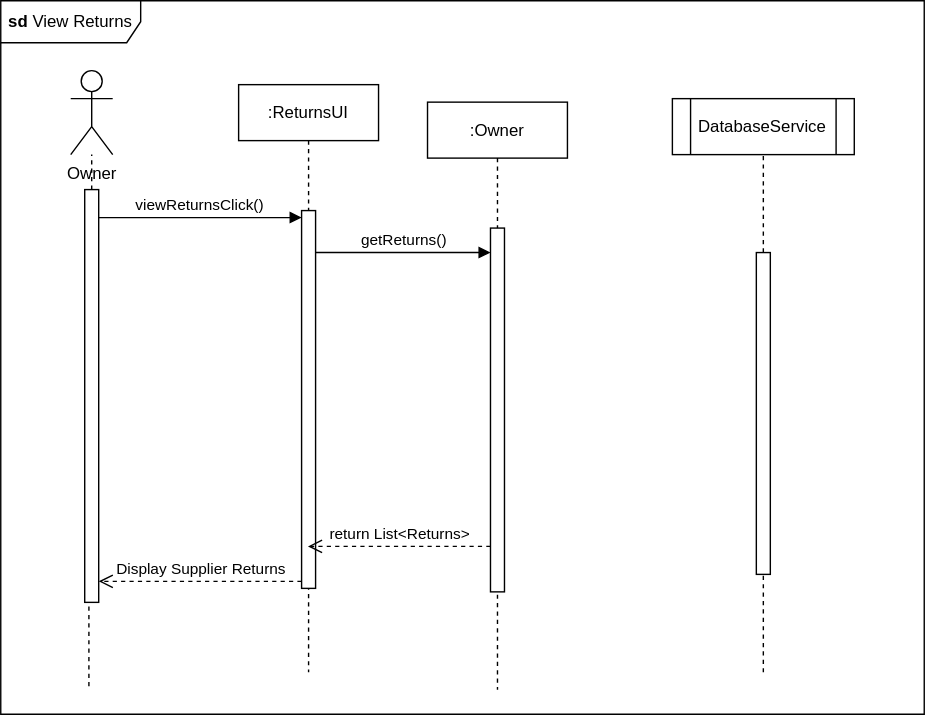
Simamkele88/IFM3_GP keeps this draw.io diagram as View returns ISD.svg. Above is the earlier version. Source tidied: cells renumbered, new cells last; positions are measured from the earlier drawing's top-left corner, leaving out a move shared by most shapes.
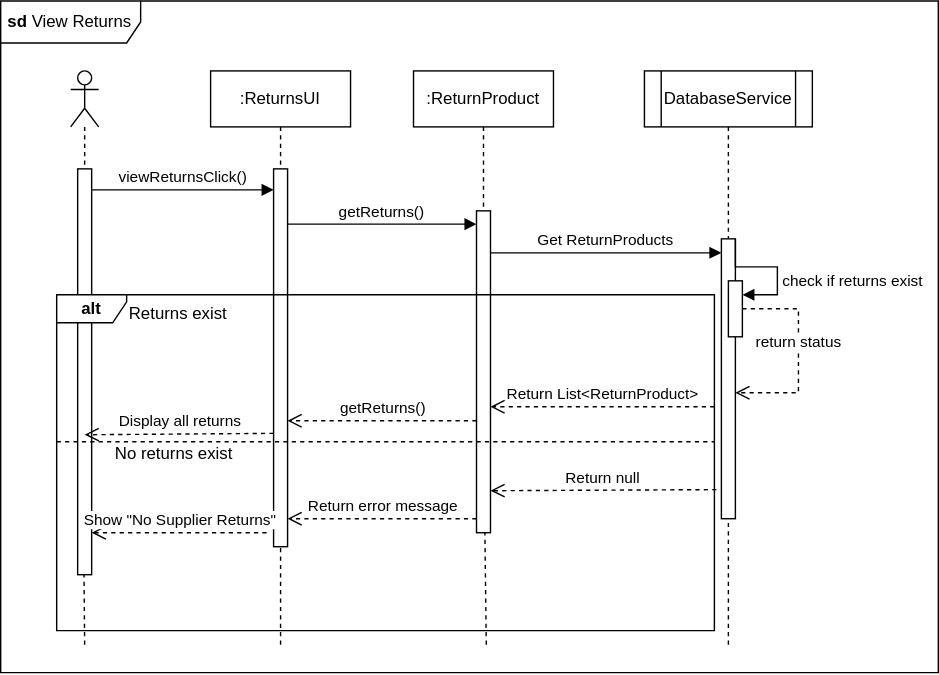
Above is the later version.

Change to the diagram source:
```diff
@@ -3,64 +3,144 @@
     <mxCell id="0" />
     <mxCell id="1" parent="0" />
     <mxCell id="2" value="&lt;b&gt;sd&lt;/b&gt; View Returns" style="shape=umlFrame;whiteSpace=wrap;html=1;width=100;height=30;" parent="1" vertex="1">
-      <mxGeometry width="660" height="510" as="geometry" />
+      <mxGeometry width="670" height="480" as="geometry" />
     </mxCell>
-    <mxCell id="3" value="Owner" style="shape=umlActor;verticalLabelPosition=bottom;verticalAlign=top;html=1;outlineConnect=0;" parent="2" vertex="1">
-      <mxGeometry x="50" y="50" width="30" height="60" as="geometry" />
-    </mxCell>
-    <mxCell id="4" style="endArrow=none;dashed=1;html=1;rounded=0;" parent="2" edge="1" source="8" target="3">
-      <mxGeometry relative="1" as="geometry" />
-    </mxCell>
+    <mxCell id="19" style="shape=umlLifeline;perimeter=lifelinePerimeter;whiteSpace=wrap;html=1;newEdgeStyle={&quot;curved&quot;:0,&quot;rounded&quot;:0};participant=umlActor;" parent="1" vertex="1">
+      <mxGeometry x="50" y="50" width="20" height="80" as="geometry" />
+    </mxCell>
-    <mxCell id="5" value=":ReturnsUI" style="shape=umlLifeline;perimeter=lifelinePerimeter;whiteSpace=wrap;html=1;newEdgeStyle={&quot;edgeStyle&quot;:&quot;elbowEdgeStyle&quot;,&quot;elbow&quot;:&quot;vertical&quot;,&quot;curved&quot;:0,&quot;rounded&quot;:0};" parent="2" vertex="1">
-      <mxGeometry x="170" y="60" width="100" height="420" as="geometry" />
+    <mxCell id="5" value=":ReturnsUI" style="shape=umlLifeline;perimeter=lifelinePerimeter;whiteSpace=wrap;html=1;newEdgeStyle={&quot;curved&quot;:0,&quot;rounded&quot;:0};" parent="1" vertex="1">
+      <mxGeometry x="150" y="50" width="100" height="340" as="geometry" />
     </mxCell>
-    <mxCell id="6" style="html=1;points=[[0,0,0,0,5],[0,1,0,0,-5],[1,0,0,0,5],[1,1,0,0,-5]];perimeter=orthogonalPerimeter;outlineConnect=0;targetShapes=umlLifeline;portConstraint=eastwest;newEdgeStyle={&quot;curved&quot;:0,&quot;rounded&quot;:0};" parent="5" vertex="1">
-      <mxGeometry x="45" y="90" width="10" height="270" as="geometry" />
-    </mxCell>
-    <mxCell id="7" style="endArrow=none;dashed=1;html=1;rounded=0;" parent="2" edge="1" target="8">
-      <mxGeometry relative="1" as="geometry">
-        <mxPoint x="63" y="490" as="sourcePoint" />
-      </mxGeometry>
-    </mxCell>
-    <mxCell id="8" style="html=1;points=[[0,0,0,0,5],[0,1,0,0,-5],[1,0,0,0,5],[1,1,0,0,-5]];perimeter=orthogonalPerimeter;outlineConnect=0;targetShapes=umlLifeline;portConstraint=eastwest;newEdgeStyle={&quot;curved&quot;:0,&quot;rounded&quot;:0};" parent="2" vertex="1">
-      <mxGeometry x="60" y="135" width="10" height="295" as="geometry" />
-    </mxCell>
+    <mxCell id="20" style="html=1;points=[[0,0,0,0,5],[0,1,0,0,-5],[1,0,0,0,5],[1,1,0,0,-5]];perimeter=orthogonalPerimeter;outlineConnect=0;targetShapes=umlLifeline;portConstraint=eastwest;newEdgeStyle={&quot;curved&quot;:0,&quot;rounded&quot;:0};" parent="5" vertex="1">
+      <mxGeometry x="45" y="70" width="10" height="270" as="geometry" />
+    </mxCell>
+    <mxCell id="21" style="html=1;points=[[0,0,0,0,5],[0,1,0,0,-5],[1,0,0,0,5],[1,1,0,0,-5]];perimeter=orthogonalPerimeter;outlineConnect=0;targetShapes=umlLifeline;portConstraint=eastwest;newEdgeStyle={&quot;curved&quot;:0,&quot;rounded&quot;:0};" parent="1" vertex="1">
+      <mxGeometry x="55" y="120" width="10" height="290" as="geometry" />
+    </mxCell>
-    <mxCell id="9" value="viewReturnsClick()" style="html=1;verticalAlign=bottom;endArrow=block;curved=0;rounded=0;entryX=0;entryY=0;entryDx=0;entryDy=5;" parent="2" edge="1" source="8" target="6">
-      <mxGeometry relative="1" as="geometry" />
+    <mxCell id="9" value="viewReturnsClick()" style="html=1;verticalAlign=bottom;endArrow=block;curved=0;rounded=0;" parent="1" edge="1" source="21" target="20">
+      <mxGeometry relative="1" as="geometry">
+        <Array as="points">
+          <mxPoint x="130" y="135" />
+        </Array>
+      </mxGeometry>
     </mxCell>
-    <mxCell id="10" value="Display Supplier Returns" style="html=1;verticalAlign=bottom;endArrow=open;dashed=1;endSize=8;curved=0;rounded=0;exitX=0;exitY=1;exitDx=0;exitDy=-5;" parent="2" edge="1" source="6" target="8">
-      <mxGeometry relative="1" as="geometry" />
-    </mxCell>
-    <mxCell id="11" value=":Owner" style="shape=umlLifeline;perimeter=lifelinePerimeter;whiteSpace=wrap;html=1;newEdgeStyle={&quot;edgeStyle&quot;:&quot;elbowEdgeStyle&quot;,&quot;elbow&quot;:&quot;vertical&quot;,&quot;curved&quot;:0,&quot;rounded&quot;:0};" parent="2" vertex="1">
-      <mxGeometry x="305" y="72.5" width="100" height="420" as="geometry" />
-    </mxCell>
-    <mxCell id="12" style="html=1;perimeter=orthogonalPerimeter;targetShapes=umlLifeline;newEdgeStyle={&quot;curved&quot;:0,&quot;rounded&quot;:0};" parent="11" vertex="1">
-      <mxGeometry x="45" y="90" width="10" height="260" as="geometry" />
-    </mxCell>
+    <mxCell id="22" value=":ReturnProduct" style="shape=umlLifeline;perimeter=lifelinePerimeter;whiteSpace=wrap;html=1;newEdgeStyle={&quot;curved&quot;:0,&quot;rounded&quot;:0};" parent="1" vertex="1">
+      <mxGeometry x="295" y="50" width="100" height="100" as="geometry" />
+    </mxCell>
+    <mxCell id="23" style="html=1;perimeter=orthogonalPerimeter;targetShapes=umlLifeline;newEdgeStyle={&quot;curved&quot;:0,&quot;rounded&quot;:0};" parent="1" vertex="1">
+      <mxGeometry x="340" y="150" width="10" height="230" as="geometry" />
+    </mxCell>
-    <mxCell id="13" value="getReturns()" style="html=1;verticalAlign=bottom;endArrow=block;curved=0;rounded=0;" parent="2" edge="1" source="6">
+    <mxCell id="13" value="getReturns()" style="html=1;verticalAlign=bottom;endArrow=block;curved=0;rounded=0;" parent="1" edge="1">
       <mxGeometry relative="1" as="geometry">
-        <mxPoint x="350" y="180" as="targetPoint" />
+        <mxPoint x="205" y="159.5" as="sourcePoint" />
+        <mxPoint x="340" y="159.5" as="targetPoint" />
+        <Array as="points">
+          <mxPoint x="275" y="159.5" />
+        </Array>
       </mxGeometry>
     </mxCell>
-    <mxCell id="14" value="DatabaseService" style="shape=process;whiteSpace=wrap;html=1;backgroundOutline=1;" parent="2" vertex="1">
-      <mxGeometry x="480" y="70" width="130" height="40" as="geometry" />
+    <mxCell id="14" value="DatabaseService" style="shape=process;whiteSpace=wrap;html=1;backgroundOutline=1;" parent="1" vertex="1">
+      <mxGeometry x="460" y="50" width="120" height="40" as="geometry" />
     </mxCell>
-    <mxCell id="15" style="endArrow=none;dashed=1;html=1;rounded=0;entryX=0.5;entryY=1;entryDx=0;entryDy=0;" parent="2" edge="1" source="18" target="14">
-      <mxGeometry relative="1" as="geometry" />
-    </mxCell>
-    <mxCell id="16" value="return List&amp;lt;Returns&amp;gt;" style="html=1;verticalAlign=bottom;endArrow=open;dashed=1;endSize=8;curved=0;rounded=0;" parent="2" edge="1">
-      <mxGeometry relative="1" as="geometry">
-        <mxPoint x="350" y="390" as="sourcePoint" />
-        <mxPoint x="219.5" y="390" as="targetPoint" />
-      </mxGeometry>
-    </mxCell>
-    <mxCell id="17" style="endArrow=none;dashed=1;html=1;rounded=0;entryX=0.5;entryY=1;entryDx=0;entryDy=0;" parent="2" edge="1" target="18">
-      <mxGeometry relative="1" as="geometry">
-        <mxPoint x="545" y="480" as="sourcePoint" />
-      </mxGeometry>
-    </mxCell>
-    <mxCell id="18" style="html=1;points=[[0,0,0,0,5],[0,1,0,0,-5],[1,0,0,0,5],[1,1,0,0,-5]];perimeter=orthogonalPerimeter;outlineConnect=0;targetShapes=umlLifeline;portConstraint=eastwest;newEdgeStyle={&quot;curved&quot;:0,&quot;rounded&quot;:0};" parent="2" vertex="1">
-      <mxGeometry x="540" y="180" width="10" height="230" as="geometry" />
-    </mxCell>
+    <mxCell id="24" style="html=1;points=[[0,0,0,0,5],[0,1,0,0,-5],[1,0,0,0,5],[1,1,0,0,-5]];perimeter=orthogonalPerimeter;outlineConnect=0;targetShapes=umlLifeline;portConstraint=eastwest;newEdgeStyle={&quot;curved&quot;:0,&quot;rounded&quot;:0};" parent="1" vertex="1">
+      <mxGeometry x="515" y="170" width="10" height="200" as="geometry" />
+    </mxCell>
+    <mxCell id="25" style="html=1;verticalAlign=bottom;endArrow=none;dashed=1;endSize=8;curved=0;rounded=0;startFill=0;exitX=0.5;exitY=1;exitDx=0;exitDy=0;" parent="1" edge="1" source="14" target="24">
+      <mxGeometry relative="1" as="geometry" />
+    </mxCell>
+    <mxCell id="26" value="Get ReturnProducts" style="html=1;verticalAlign=bottom;endArrow=block;curved=0;rounded=0;" parent="1" edge="1" target="24">
+      <mxGeometry relative="1" as="geometry">
+        <mxPoint x="350" y="180" as="sourcePoint" />
+      </mxGeometry>
+    </mxCell>
+    <mxCell id="27" style="html=1;points=[[0,0,0,0,5],[0,1,0,0,-5],[1,0,0,0,5],[1,1,0,0,-5]];perimeter=orthogonalPerimeter;outlineConnect=0;targetShapes=umlLifeline;portConstraint=eastwest;newEdgeStyle={&quot;curved&quot;:0,&quot;rounded&quot;:0};" parent="1" vertex="1">
+      <mxGeometry x="520" y="200" width="10" height="40" as="geometry" />
+    </mxCell>
+    <mxCell id="28" value="check if returns exist" style="html=1;align=left;spacingLeft=2;endArrow=block;rounded=0;edgeStyle=orthogonalEdgeStyle;curved=0;rounded=0;" parent="1" edge="1" target="27">
+      <mxGeometry x="0.26" relative="1" as="geometry">
+        <mxPoint x="525" y="170" as="sourcePoint" />
+        <Array as="points">
+          <mxPoint x="525" y="190" />
+          <mxPoint x="555" y="190" />
+          <mxPoint x="555" y="210" />
+        </Array>
+      </mxGeometry>
+    </mxCell>
+    <mxCell id="29" value="&lt;b&gt;alt&lt;/b&gt;" style="shape=umlFrame;whiteSpace=wrap;html=1;width=50;height=20;" parent="1" vertex="1">
+      <mxGeometry x="40" y="210" width="470" height="240" as="geometry" />
+    </mxCell>
+    <mxCell id="30" value="Returns exist" style="text;html=1;" parent="29" vertex="1">
+      <mxGeometry width="100" height="20" relative="1" as="geometry">
+        <mxPoint x="50" as="offset" />
+      </mxGeometry>
+    </mxCell>
+    <mxCell id="31" style="line;strokeWidth=1;dashed=1;labelPosition=center;verticalLabelPosition=bottom;align=left;verticalAlign=top;spacingLeft=20;spacingTop=15;html=1;whiteSpace=wrap;" parent="29" vertex="1">
+      <mxGeometry y="100" width="470" height="10" as="geometry" />
+    </mxCell>
+    <mxCell id="32" value="No returns exist" style="text;html=1;" parent="29" vertex="1">
+      <mxGeometry x="40" y="100" width="100" height="20" as="geometry" />
+    </mxCell>
+    <mxCell id="33" value="Return List&amp;lt;ReturnProduct&amp;gt;" style="html=1;verticalAlign=bottom;endArrow=open;dashed=1;endSize=8;curved=0;rounded=0;" parent="29" edge="1">
+      <mxGeometry relative="1" as="geometry">
+        <mxPoint x="470" y="80" as="sourcePoint" />
+        <mxPoint x="310" y="80" as="targetPoint" />
+      </mxGeometry>
+    </mxCell>
+    <mxCell id="34" value="getReturns()" style="html=1;verticalAlign=bottom;endArrow=open;dashed=1;endSize=8;curved=0;rounded=0;" parent="29" edge="1" target="20">
+      <mxGeometry relative="1" as="geometry">
+        <mxPoint x="300" y="90" as="sourcePoint" />
+      </mxGeometry>
+    </mxCell>
+    <mxCell id="35" value="Display all returns" style="html=1;verticalAlign=bottom;endArrow=open;dashed=1;endSize=8;curved=0;rounded=0;" parent="29" edge="1">
+      <mxGeometry relative="1" as="geometry">
+        <mxPoint x="155" y="99" as="sourcePoint" />
+        <mxPoint x="20" y="100" as="targetPoint" />
+      </mxGeometry>
+    </mxCell>
+    <mxCell id="36" value="Return null" style="html=1;verticalAlign=bottom;endArrow=open;dashed=1;endSize=8;curved=0;rounded=0;exitX=1.003;exitY=0.58;exitDx=0;exitDy=0;exitPerimeter=0;" parent="29" edge="1" source="29">
+      <mxGeometry relative="1" as="geometry">
+        <mxPoint x="310" y="140" as="targetPoint" />
+      </mxGeometry>
+    </mxCell>
+    <mxCell id="37" value="Return error message" style="html=1;verticalAlign=bottom;endArrow=open;dashed=1;endSize=8;curved=0;rounded=0;" parent="29" edge="1" target="20">
+      <mxGeometry relative="1" as="geometry">
+        <mxPoint x="300" y="160" as="sourcePoint" />
+      </mxGeometry>
+    </mxCell>
+    <mxCell id="38" value="Show &quot;No Supplier Returns&quot;" style="html=1;verticalAlign=bottom;endArrow=open;dashed=1;endSize=8;curved=0;rounded=0;" parent="29" edge="1" target="21">
+      <mxGeometry relative="1" as="geometry">
+        <mxPoint x="150" y="170" as="sourcePoint" />
+      </mxGeometry>
+    </mxCell>
+    <mxCell id="39" value="return status" style="html=1;verticalAlign=bottom;endArrow=open;dashed=1;endSize=8;rounded=0;edgeStyle=orthogonalEdgeStyle;" parent="1" edge="1" source="27" target="24">
+      <mxGeometry relative="1" as="geometry">
+        <Array as="points">
+          <mxPoint x="570" y="220" />
+          <mxPoint x="570" y="280" />
+        </Array>
+      </mxGeometry>
+    </mxCell>
+    <mxCell id="40" style="endArrow=none;dashed=1;html=1;rounded=0;" parent="1" edge="1" target="20">
+      <mxGeometry relative="1" as="geometry">
+        <mxPoint x="200" y="460" as="sourcePoint" />
+      </mxGeometry>
+    </mxCell>
+    <mxCell id="41" style="endArrow=none;dashed=1;html=1;rounded=0;" parent="1" edge="1">
+      <mxGeometry relative="1" as="geometry">
+        <mxPoint x="347" y="460" as="sourcePoint" />
+        <mxPoint x="346" y="380" as="targetPoint" />
+      </mxGeometry>
+    </mxCell>
+    <mxCell id="42" style="endArrow=none;dashed=1;html=1;rounded=0;" parent="1" edge="1" target="24">
+      <mxGeometry relative="1" as="geometry">
+        <mxPoint x="520" y="460" as="sourcePoint" />
+      </mxGeometry>
+    </mxCell>
+    <mxCell id="43" style="endArrow=none;dashed=1;html=1;rounded=0;" parent="1" edge="1">
+      <mxGeometry relative="1" as="geometry">
+        <mxPoint x="60" y="460" as="sourcePoint" />
+        <mxPoint x="59.5" y="410" as="targetPoint" />
+      </mxGeometry>
+    </mxCell>
   </root>
 </mxGraphModel>
```
